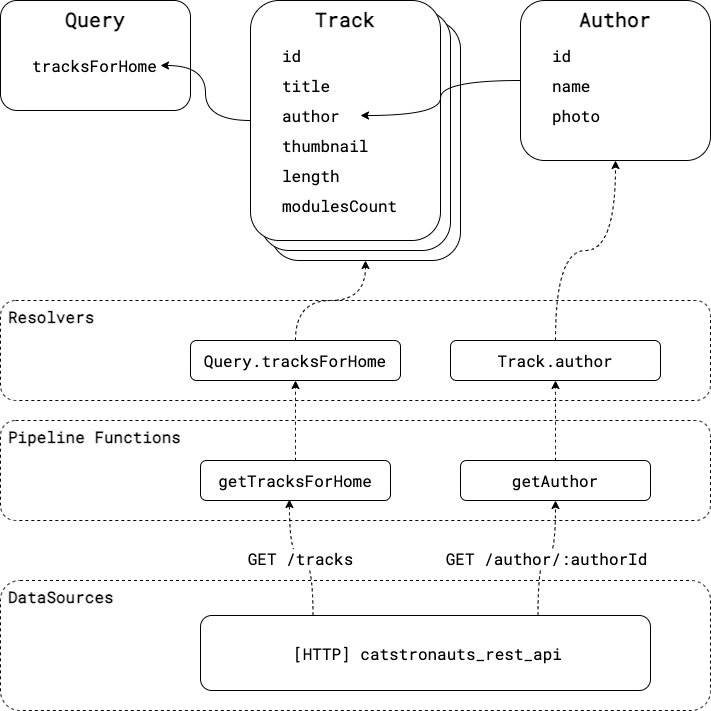
Earlier version of the draw.io export pages/research/catstronauts-api-overview.drawio.png (qmotas/cn-msa-research-note). Source tidied: cells renumbered, new cells last; positions are measured from the earlier drawing's top-left corner, leaving out a move shared by most shapes. Its diagram source:
```xml
<mxGraphModel>
  <root>
    <mxCell id="0" />
    <mxCell id="1" parent="0" />
    <mxCell id="2" value="Resolvers" style="rounded=1;whiteSpace=wrap;html=1;fontFamily=Roboto Mono;fontSource=https%3A%2F%2Ffonts.googleapis.com%2Fcss%3Ffamily%3DRoboto%2BMono;fontStyle=1;fontSize=16;verticalAlign=top;align=left;spacing=2;spacingLeft=6;dashed=1;" parent="1" vertex="1">
      <mxGeometry y="300" width="710" height="100" as="geometry" />
    </mxCell>
    <mxCell id="3" value="Track&lt;font style=&quot;font-size: 16px;&quot;&gt;&lt;br&gt;&lt;/font&gt;" style="rounded=1;whiteSpace=wrap;html=1;align=center;verticalAlign=top;fontStyle=1;fontSize=20;fontFamily=Roboto Mono;fontSource=https%3A%2F%2Ffonts.googleapis.com%2Fcss%3Ffamily%3DRoboto%2BMono;" parent="1" vertex="1">
      <mxGeometry x="270" y="20" width="190" height="240" as="geometry" />
    </mxCell>
    <mxCell id="4" value="Track&lt;font style=&quot;font-size: 16px;&quot;&gt;&lt;br&gt;&lt;/font&gt;" style="rounded=1;whiteSpace=wrap;html=1;align=center;verticalAlign=top;fontStyle=1;fontSize=20;fontFamily=Roboto Mono;fontSource=https%3A%2F%2Ffonts.googleapis.com%2Fcss%3Ffamily%3DRoboto%2BMono;" parent="1" vertex="1">
      <mxGeometry x="260" y="10" width="190" height="240" as="geometry" />
    </mxCell>
    <mxCell id="5" value="Query&lt;font style=&quot;font-size: 16px;&quot;&gt;&lt;br&gt;&lt;/font&gt;" style="rounded=1;whiteSpace=wrap;html=1;align=center;verticalAlign=top;fontStyle=1;fontSize=20;fontFamily=Roboto Mono;fontSource=https%3A%2F%2Ffonts.googleapis.com%2Fcss%3Ffamily%3DRoboto%2BMono;" parent="1" vertex="1">
      <mxGeometry width="190" height="110" as="geometry" />
    </mxCell>
    <mxCell id="6" style="edgeStyle=orthogonalEdgeStyle;html=1;exitX=1;exitY=0.5;exitDx=0;exitDy=0;entryX=0;entryY=0.5;entryDx=0;entryDy=0;fontSize=16;curved=1;startArrow=classic;startFill=1;endArrow=none;endFill=0;" parent="1" edge="1" source="7" target="8">
      <mxGeometry relative="1" as="geometry" />
    </mxCell>
    <mxCell id="7" value="tracksForHome" style="text;html=1;strokeColor=none;fillColor=none;align=left;verticalAlign=middle;whiteSpace=wrap;rounded=0;fontSize=16;fontFamily=Roboto Mono;fontSource=https%3A%2F%2Ffonts.googleapis.com%2Fcss%3Ffamily%3DRoboto%2BMono;" parent="1" vertex="1">
      <mxGeometry x="30" y="50" width="130" height="30" as="geometry" />
    </mxCell>
    <mxCell id="8" value="Track&lt;font style=&quot;font-size: 16px;&quot;&gt;&lt;br&gt;&lt;/font&gt;" style="rounded=1;whiteSpace=wrap;html=1;align=center;verticalAlign=top;fontStyle=1;fontSize=20;fontFamily=Roboto Mono;fontSource=https%3A%2F%2Ffonts.googleapis.com%2Fcss%3Ffamily%3DRoboto%2BMono;" parent="1" vertex="1">
      <mxGeometry x="250" width="190" height="240" as="geometry" />
    </mxCell>
    <mxCell id="9" value="id" style="text;html=1;strokeColor=none;fillColor=none;align=left;verticalAlign=middle;whiteSpace=wrap;rounded=0;fontSize=16;fontFamily=Roboto Mono;fontSource=https%3A%2F%2Ffonts.googleapis.com%2Fcss%3Ffamily%3DRoboto%2BMono;" parent="1" vertex="1">
      <mxGeometry x="280" y="40" width="130" height="30" as="geometry" />
    </mxCell>
    <mxCell id="10" value="title" style="text;html=1;strokeColor=none;fillColor=none;align=left;verticalAlign=middle;whiteSpace=wrap;rounded=0;fontSize=16;fontFamily=Roboto Mono;fontSource=https%3A%2F%2Ffonts.googleapis.com%2Fcss%3Ffamily%3DRoboto%2BMono;" parent="1" vertex="1">
      <mxGeometry x="280" y="70" width="130" height="30" as="geometry" />
    </mxCell>
    <mxCell id="11" value="author" style="text;html=1;strokeColor=none;fillColor=none;align=left;verticalAlign=middle;whiteSpace=wrap;rounded=0;fontSize=16;fontFamily=Roboto Mono;fontSource=https%3A%2F%2Ffonts.googleapis.com%2Fcss%3Ffamily%3DRoboto%2BMono;" parent="1" vertex="1">
      <mxGeometry x="280" y="100" width="80" height="30" as="geometry" />
    </mxCell>
    <mxCell id="12" value="thumbnail" style="text;html=1;strokeColor=none;fillColor=none;align=left;verticalAlign=middle;whiteSpace=wrap;rounded=0;fontSize=16;fontFamily=Roboto Mono;fontSource=https%3A%2F%2Ffonts.googleapis.com%2Fcss%3Ffamily%3DRoboto%2BMono;" parent="1" vertex="1">
      <mxGeometry x="280" y="130" width="130" height="30" as="geometry" />
    </mxCell>
    <mxCell id="13" value="length" style="text;html=1;strokeColor=none;fillColor=none;align=left;verticalAlign=middle;whiteSpace=wrap;rounded=0;fontSize=16;fontFamily=Roboto Mono;fontSource=https%3A%2F%2Ffonts.googleapis.com%2Fcss%3Ffamily%3DRoboto%2BMono;" parent="1" vertex="1">
      <mxGeometry x="280" y="160" width="130" height="30" as="geometry" />
    </mxCell>
    <mxCell id="14" value="modulesCount" style="text;html=1;strokeColor=none;fillColor=none;align=left;verticalAlign=middle;whiteSpace=wrap;rounded=0;fontSize=16;fontFamily=Roboto Mono;fontSource=https%3A%2F%2Ffonts.googleapis.com%2Fcss%3Ffamily%3DRoboto%2BMono;" parent="1" vertex="1">
      <mxGeometry x="280" y="190" width="130" height="30" as="geometry" />
    </mxCell>
    <mxCell id="15" value="Author&lt;font style=&quot;font-size: 16px;&quot;&gt;&lt;br&gt;&lt;/font&gt;" style="rounded=1;whiteSpace=wrap;html=1;align=center;verticalAlign=top;fontStyle=1;fontSize=20;fontFamily=Roboto Mono;fontSource=https%3A%2F%2Ffonts.googleapis.com%2Fcss%3Ffamily%3DRoboto%2BMono;" parent="1" vertex="1">
      <mxGeometry x="520" width="190" height="160" as="geometry" />
    </mxCell>
    <mxCell id="16" value="id" style="text;html=1;strokeColor=none;fillColor=none;align=left;verticalAlign=middle;whiteSpace=wrap;rounded=0;fontSize=16;fontFamily=Roboto Mono;fontSource=https%3A%2F%2Ffonts.googleapis.com%2Fcss%3Ffamily%3DRoboto%2BMono;" parent="1" vertex="1">
      <mxGeometry x="550" y="40" width="130" height="30" as="geometry" />
    </mxCell>
    <mxCell id="17" value="name" style="text;html=1;strokeColor=none;fillColor=none;align=left;verticalAlign=middle;whiteSpace=wrap;rounded=0;fontSize=16;fontFamily=Roboto Mono;fontSource=https%3A%2F%2Ffonts.googleapis.com%2Fcss%3Ffamily%3DRoboto%2BMono;" parent="1" vertex="1">
      <mxGeometry x="550" y="70" width="130" height="30" as="geometry" />
    </mxCell>
    <mxCell id="18" value="photo" style="text;html=1;strokeColor=none;fillColor=none;align=left;verticalAlign=middle;whiteSpace=wrap;rounded=0;fontSize=16;fontFamily=Roboto Mono;fontSource=https%3A%2F%2Ffonts.googleapis.com%2Fcss%3Ffamily%3DRoboto%2BMono;" parent="1" vertex="1">
      <mxGeometry x="550" y="100" width="130" height="30" as="geometry" />
    </mxCell>
    <mxCell id="19" style="edgeStyle=orthogonalEdgeStyle;html=1;exitX=1;exitY=0.5;exitDx=0;exitDy=0;entryX=0;entryY=0.5;entryDx=0;entryDy=0;fontSize=16;curved=1;endArrow=none;endFill=0;startArrow=classic;startFill=1;" parent="1" edge="1" source="11" target="15">
      <mxGeometry relative="1" as="geometry" />
    </mxCell>
    <mxCell id="20" value="Pipeline Functions" style="rounded=1;whiteSpace=wrap;html=1;fontFamily=Roboto Mono;fontSource=https%3A%2F%2Ffonts.googleapis.com%2Fcss%3Ffamily%3DRoboto%2BMono;fontStyle=1;fontSize=16;verticalAlign=top;align=left;spacing=2;spacingLeft=6;dashed=1;" parent="1" vertex="1">
      <mxGeometry y="420" width="710" height="100" as="geometry" />
    </mxCell>
    <mxCell id="21" value="DataSources" style="rounded=1;whiteSpace=wrap;html=1;fontFamily=Roboto Mono;fontSource=https%3A%2F%2Ffonts.googleapis.com%2Fcss%3Ffamily%3DRoboto%2BMono;fontStyle=1;fontSize=16;verticalAlign=top;align=left;spacing=2;spacingLeft=6;dashed=1;" parent="1" vertex="1">
      <mxGeometry y="580" width="710" height="130" as="geometry" />
    </mxCell>
    <mxCell id="22" style="edgeStyle=orthogonalEdgeStyle;curved=1;html=1;exitX=0.5;exitY=0;exitDx=0;exitDy=0;entryX=0.5;entryY=1;entryDx=0;entryDy=0;fontFamily=Roboto Mono;fontSource=https%3A%2F%2Ffonts.googleapis.com%2Fcss%3Ffamily%3DRoboto%2BMono;fontSize=16;dashed=1;" parent="1" edge="1" source="23" target="27">
      <mxGeometry relative="1" as="geometry" />
    </mxCell>
    <mxCell id="23" value="getTracksForHome" style="rounded=1;whiteSpace=wrap;html=1;fontFamily=Roboto Mono;fontSource=https%3A%2F%2Ffonts.googleapis.com%2Fcss%3Ffamily%3DRoboto%2BMono;fontSize=16;" parent="1" vertex="1">
      <mxGeometry x="200" y="460" width="190" height="40" as="geometry" />
    </mxCell>
    <mxCell id="24" style="edgeStyle=orthogonalEdgeStyle;curved=1;html=1;exitX=0.5;exitY=0;exitDx=0;exitDy=0;entryX=0.5;entryY=1;entryDx=0;entryDy=0;fontFamily=Roboto Mono;fontSource=https%3A%2F%2Ffonts.googleapis.com%2Fcss%3Ffamily%3DRoboto%2BMono;fontSize=16;dashed=1;" parent="1" edge="1" source="25" target="29">
      <mxGeometry relative="1" as="geometry" />
    </mxCell>
    <mxCell id="25" value="getAuthor" style="rounded=1;whiteSpace=wrap;html=1;fontFamily=Roboto Mono;fontSource=https%3A%2F%2Ffonts.googleapis.com%2Fcss%3Ffamily%3DRoboto%2BMono;fontSize=16;" parent="1" vertex="1">
      <mxGeometry x="460" y="460" width="190" height="40" as="geometry" />
    </mxCell>
    <mxCell id="26" style="edgeStyle=orthogonalEdgeStyle;curved=1;html=1;exitX=0.5;exitY=0;exitDx=0;exitDy=0;entryX=0.5;entryY=1;entryDx=0;entryDy=0;fontFamily=Roboto Mono;fontSource=https%3A%2F%2Ffonts.googleapis.com%2Fcss%3Ffamily%3DRoboto%2BMono;fontSize=16;dashed=1;" parent="1" edge="1" source="27" target="3">
      <mxGeometry relative="1" as="geometry" />
    </mxCell>
    <mxCell id="27" value="Query.tracksForHome" style="rounded=1;whiteSpace=wrap;html=1;fontFamily=Roboto Mono;fontSource=https%3A%2F%2Ffonts.googleapis.com%2Fcss%3Ffamily%3DRoboto%2BMono;fontSize=16;" parent="1" vertex="1">
      <mxGeometry x="190" y="340" width="210" height="40" as="geometry" />
    </mxCell>
    <mxCell id="28" style="edgeStyle=orthogonalEdgeStyle;curved=1;html=1;exitX=0.5;exitY=0;exitDx=0;exitDy=0;entryX=0.5;entryY=1;entryDx=0;entryDy=0;fontFamily=Roboto Mono;fontSource=https%3A%2F%2Ffonts.googleapis.com%2Fcss%3Ffamily%3DRoboto%2BMono;fontSize=16;dashed=1;" parent="1" edge="1" source="29" target="15">
      <mxGeometry relative="1" as="geometry" />
    </mxCell>
    <mxCell id="29" value="Track.author" style="rounded=1;whiteSpace=wrap;html=1;fontFamily=Roboto Mono;fontSource=https%3A%2F%2Ffonts.googleapis.com%2Fcss%3Ffamily%3DRoboto%2BMono;fontSize=16;" parent="1" vertex="1">
      <mxGeometry x="450" y="340" width="210" height="40" as="geometry" />
    </mxCell>
    <mxCell id="30" value="GET /tracks" style="edgeStyle=orthogonalEdgeStyle;html=1;exitX=0.25;exitY=0;exitDx=0;exitDy=0;entryX=0.468;entryY=0.975;entryDx=0;entryDy=0;entryPerimeter=0;fontFamily=Roboto Mono;fontSource=https%3A%2F%2Ffonts.googleapis.com%2Fcss%3Ffamily%3DRoboto%2BMono;fontSize=16;curved=1;dashed=1;" parent="1" edge="1" source="32" target="23">
      <mxGeometry relative="1" as="geometry" />
    </mxCell>
    <mxCell id="31" value="GET /author/:authorId" style="edgeStyle=orthogonalEdgeStyle;curved=1;html=1;exitX=0.75;exitY=0;exitDx=0;exitDy=0;entryX=0.5;entryY=1;entryDx=0;entryDy=0;fontFamily=Roboto Mono;fontSource=https%3A%2F%2Ffonts.googleapis.com%2Fcss%3Ffamily%3DRoboto%2BMono;fontSize=16;dashed=1;" parent="1" edge="1" source="32" target="25">
      <mxGeometry relative="1" as="geometry" />
    </mxCell>
    <mxCell id="32" value="[HTTP] catstronauts_rest_api" style="rounded=1;whiteSpace=wrap;html=1;fontFamily=Roboto Mono;fontSource=https%3A%2F%2Ffonts.googleapis.com%2Fcss%3Ffamily%3DRoboto%2BMono;fontSize=16;verticalAlign=middle;align=center;spacingLeft=5;" parent="1" vertex="1">
      <mxGeometry x="200" y="615" width="450" height="75" as="geometry" />
    </mxCell>
  </root>
</mxGraphModel>
```
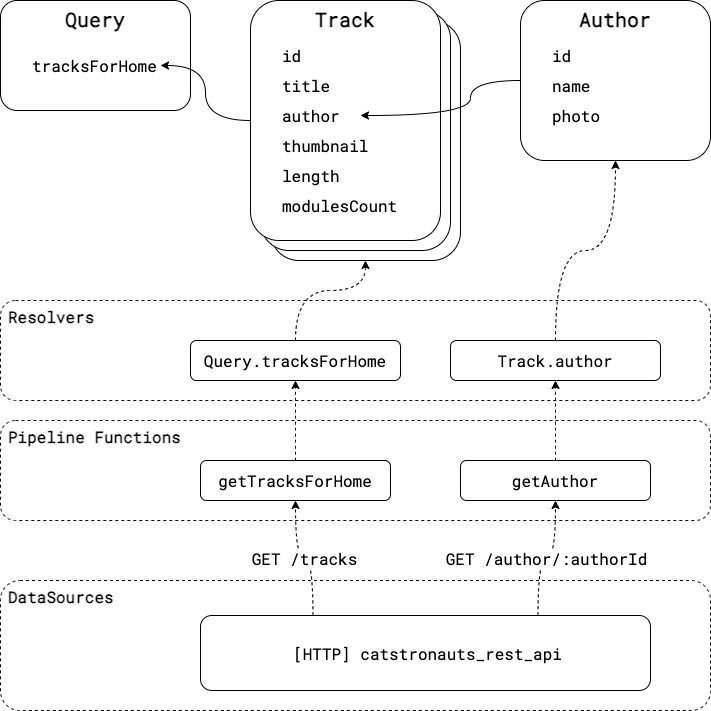
After the commit.

Commit message:
矢印が別の図形と重なって見にくい部分を修正

Change to the diagram source:
```diff
@@ -54,7 +54,12 @@
       <mxGeometry x="550" y="100" width="130" height="30" as="geometry" />
     </mxCell>
     <mxCell id="19" style="edgeStyle=orthogonalEdgeStyle;html=1;exitX=1;exitY=0.5;exitDx=0;exitDy=0;entryX=0;entryY=0.5;entryDx=0;entryDy=0;fontSize=16;curved=1;endArrow=none;endFill=0;startArrow=classic;startFill=1;" parent="1" edge="1" source="11" target="15">
-      <mxGeometry relative="1" as="geometry" />
+      <mxGeometry relative="1" as="geometry">
+        <Array as="points">
+          <mxPoint x="470" y="115" />
+          <mxPoint x="470" y="80" />
+        </Array>
+      </mxGeometry>
     </mxCell>
     <mxCell id="20" value="Pipeline Functions" style="rounded=1;whiteSpace=wrap;html=1;fontFamily=Roboto Mono;fontSource=https%3A%2F%2Ffonts.googleapis.com%2Fcss%3Ffamily%3DRoboto%2BMono;fontStyle=1;fontSize=16;verticalAlign=top;align=left;spacing=2;spacingLeft=6;dashed=1;" parent="1" vertex="1">
       <mxGeometry y="420" width="710" height="100" as="geometry" />
@@ -75,7 +80,12 @@
       <mxGeometry x="460" y="460" width="190" height="40" as="geometry" />
     </mxCell>
     <mxCell id="26" style="edgeStyle=orthogonalEdgeStyle;curved=1;html=1;exitX=0.5;exitY=0;exitDx=0;exitDy=0;entryX=0.5;entryY=1;entryDx=0;entryDy=0;fontFamily=Roboto Mono;fontSource=https%3A%2F%2Ffonts.googleapis.com%2Fcss%3Ffamily%3DRoboto%2BMono;fontSize=16;dashed=1;" parent="1" edge="1" source="27" target="3">
-      <mxGeometry relative="1" as="geometry" />
+      <mxGeometry relative="1" as="geometry">
+        <Array as="points">
+          <mxPoint x="295" y="290" />
+          <mxPoint x="365" y="290" />
+        </Array>
+      </mxGeometry>
     </mxCell>
     <mxCell id="27" value="Query.tracksForHome" style="rounded=1;whiteSpace=wrap;html=1;fontFamily=Roboto Mono;fontSource=https%3A%2F%2Ffonts.googleapis.com%2Fcss%3Ffamily%3DRoboto%2BMono;fontSize=16;" parent="1" vertex="1">
       <mxGeometry x="190" y="340" width="210" height="40" as="geometry" />
@@ -86,7 +96,7 @@
     <mxCell id="29" value="Track.author" style="rounded=1;whiteSpace=wrap;html=1;fontFamily=Roboto Mono;fontSource=https%3A%2F%2Ffonts.googleapis.com%2Fcss%3Ffamily%3DRoboto%2BMono;fontSize=16;" parent="1" vertex="1">
       <mxGeometry x="450" y="340" width="210" height="40" as="geometry" />
     </mxCell>
-    <mxCell id="30" value="GET /tracks" style="edgeStyle=orthogonalEdgeStyle;html=1;exitX=0.25;exitY=0;exitDx=0;exitDy=0;entryX=0.468;entryY=0.975;entryDx=0;entryDy=0;entryPerimeter=0;fontFamily=Roboto Mono;fontSource=https%3A%2F%2Ffonts.googleapis.com%2Fcss%3Ffamily%3DRoboto%2BMono;fontSize=16;curved=1;dashed=1;" parent="1" edge="1" source="32" target="23">
+    <mxCell id="30" value="GET /tracks" style="edgeStyle=orthogonalEdgeStyle;html=1;exitX=0.25;exitY=0;exitDx=0;exitDy=0;entryX=0.5;entryY=1;entryDx=0;entryDy=0;fontFamily=Roboto Mono;fontSource=https%3A%2F%2Ffonts.googleapis.com%2Fcss%3Ffamily%3DRoboto%2BMono;fontSize=16;curved=1;dashed=1;" parent="1" edge="1" source="32" target="23">
       <mxGeometry relative="1" as="geometry" />
     </mxCell>
     <mxCell id="31" value="GET /author/:authorId" style="edgeStyle=orthogonalEdgeStyle;curved=1;html=1;exitX=0.75;exitY=0;exitDx=0;exitDy=0;entryX=0.5;entryY=1;entryDx=0;entryDy=0;fontFamily=Roboto Mono;fontSource=https%3A%2F%2Ffonts.googleapis.com%2Fcss%3Ffamily%3DRoboto%2BMono;fontSize=16;dashed=1;" parent="1" edge="1" source="32" target="25">
```
